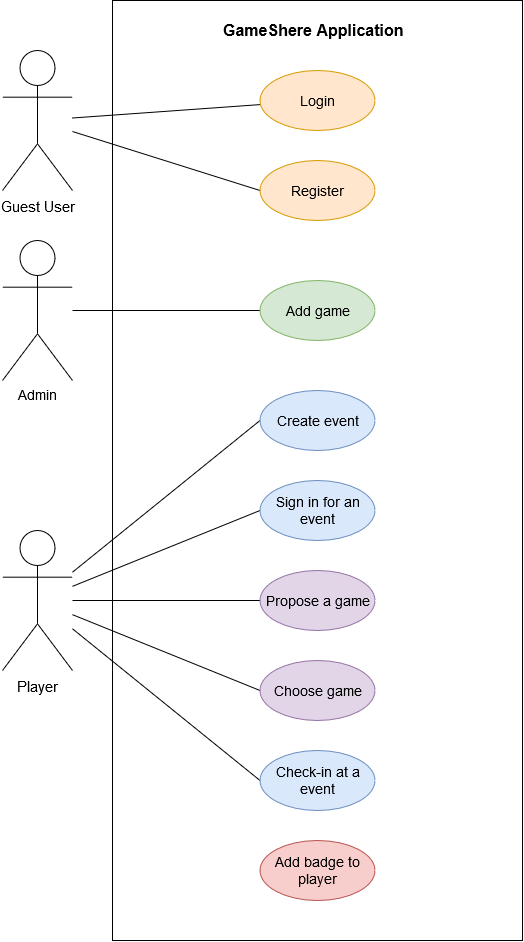
Before: assets/UseCaseDiagram.drawio.png, a diagram exported from draw.io (iamxorum/GameSphere). Source tidied: cells renumbered, new cells last; positions are measured from the earlier drawing's top-left corner, leaving out a move shared by most shapes.
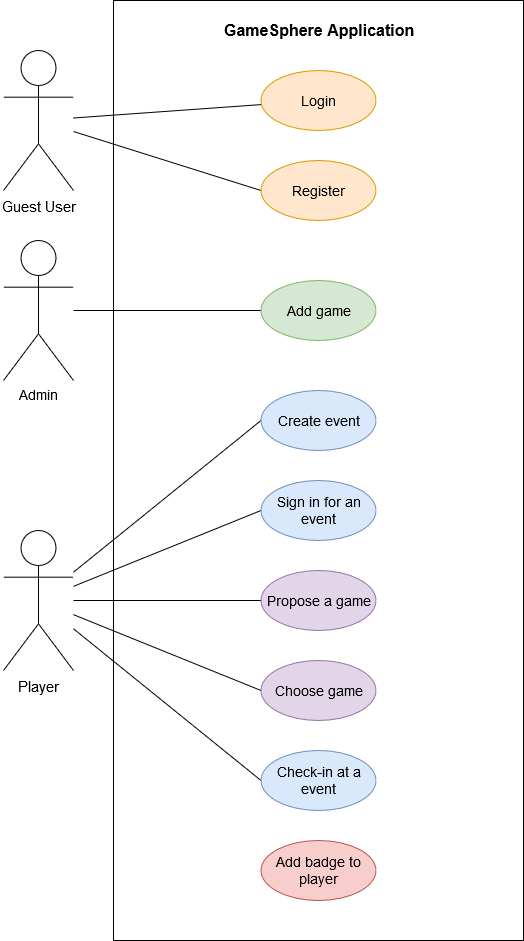
After the commit.

Commit message:
corrected app name in use case diagram

Change to the diagram source:
```diff
@@ -5,8 +5,8 @@
     <mxCell id="2" style="rounded=0;whiteSpace=wrap;html=1;direction=south;fillColor=none;" parent="1" vertex="1">
       <mxGeometry x="110" width="410" height="940" as="geometry" />
     </mxCell>
-    <mxCell id="3" value="GameShere Application" style="text;strokeColor=none;fillColor=none;align=left;verticalAlign=middle;spacingLeft=4;spacingRight=4;overflow=hidden;whiteSpace=wrap;html=1;fontSize=16;fontStyle=1;rounded=0;" parent="1" vertex="1">
-      <mxGeometry x="215" y="10" width="200" height="40" as="geometry" />
+    <mxCell id="3" value="GameSphere Application" style="text;strokeColor=none;fillColor=none;align=left;verticalAlign=middle;spacingLeft=4;spacingRight=4;overflow=hidden;whiteSpace=wrap;html=1;fontSize=16;fontStyle=1;rounded=0;" parent="1" vertex="1">
+      <mxGeometry x="215" y="10" width="205" height="40" as="geometry" />
     </mxCell>
     <mxCell id="4" style="rounded=0;jettySize=auto;html=1;endArrow=none;endFill=0;" parent="1" edge="1" source="6" target="13">
       <mxGeometry relative="1" as="geometry" />
```
